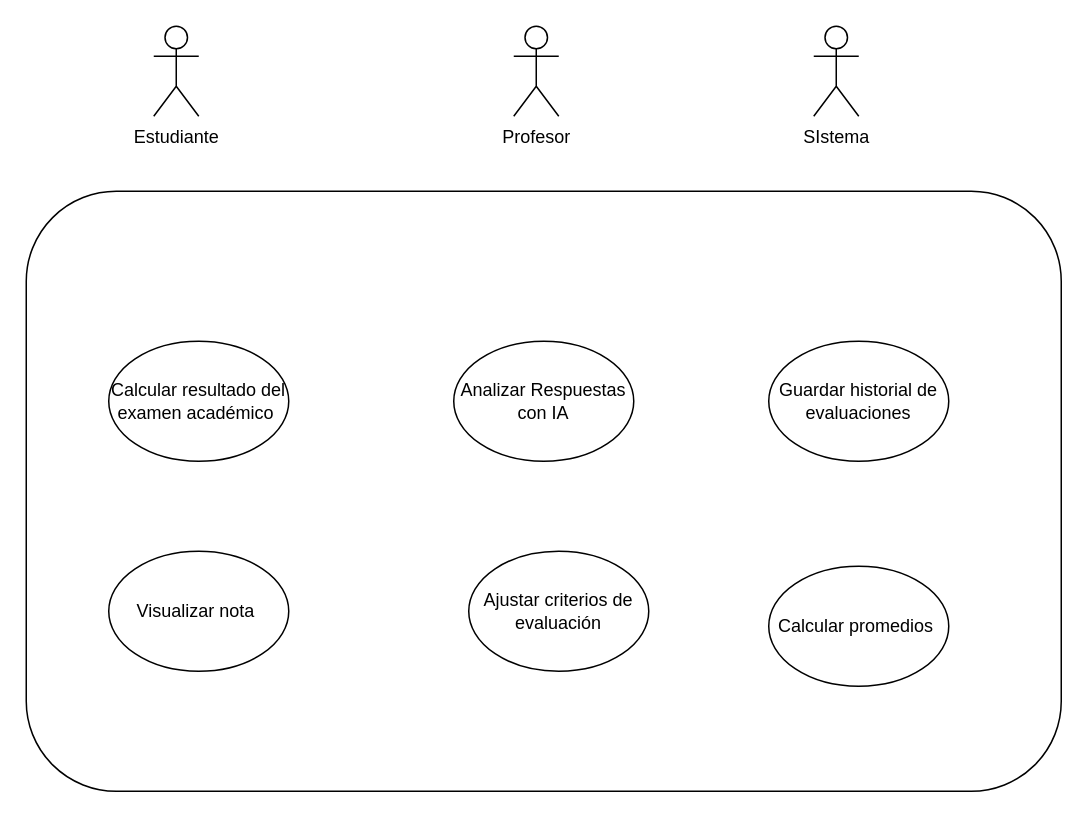
Juanb7737/calificia keeps this draw.io diagram as docs/usecases/Diagrama sin título.drawio. Above is the earlier version. Source tidied: cells renumbered, new cells numbered last; positions are measured from the earlier drawing's top-left corner, leaving out a move shared by most shapes. Both pictures are drawn from the tidied source at 150%, with x=0, y=0 at pixel (26, 26).
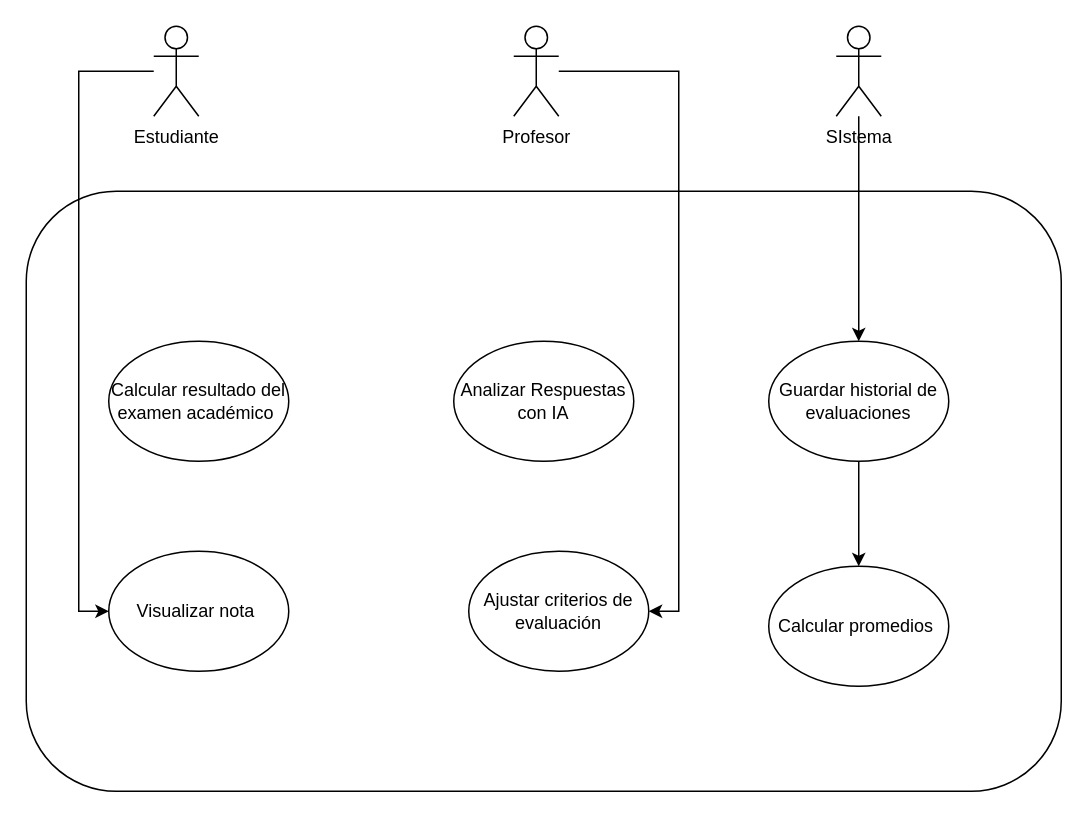
Above is the later version.

Change to the diagram source:
```diff
@@
 <mxGraphModel>
   <root>
     <mxCell id="0" />
     <mxCell id="1" parent="0" />
     <mxCell id="2" style="rounded=1;whiteSpace=wrap;html=1;" parent="1" vertex="1">
       <mxGeometry y="110" width="690" height="400" as="geometry" />
     </mxCell>
     <mxCell id="3" value="Calcular resultado del examen académico&amp;nbsp;" style="ellipse;whiteSpace=wrap;html=1;" parent="1" vertex="1">
       <mxGeometry x="55" y="210" width="120" height="80" as="geometry" />
     </mxCell>
     <mxCell id="4" value="Analizar Respuestas con IA" style="ellipse;whiteSpace=wrap;html=1;" parent="1" vertex="1">
       <mxGeometry x="285" y="210" width="120" height="80" as="geometry" />
     </mxCell>
     <mxCell id="5" value="Guardar historial de evaluaciones" style="ellipse;whiteSpace=wrap;html=1;" parent="1" vertex="1">
       <mxGeometry x="495" y="210" width="120" height="80" as="geometry" />
     </mxCell>
     <mxCell id="6" value="Ajustar criterios de evaluación" style="ellipse;whiteSpace=wrap;html=1;" parent="1" vertex="1">
       <mxGeometry x="295" y="350" width="120" height="80" as="geometry" />
     </mxCell>
     <mxCell id="7" value="Visualizar nota&amp;nbsp;" style="ellipse;whiteSpace=wrap;html=1;" parent="1" vertex="1">
       <mxGeometry x="55" y="350" width="120" height="80" as="geometry" />
     </mxCell>
     <mxCell id="8" value="Calcular promedios&amp;nbsp;" style="ellipse;whiteSpace=wrap;html=1;" parent="1" vertex="1">
       <mxGeometry x="495" y="360" width="120" height="80" as="geometry" />
     </mxCell>
+    <mxCell id="12" style="edgeStyle=orthogonalEdgeStyle;rounded=0;jettySize=auto;html=1;entryX=0;entryY=0.5;entryDx=0;entryDy=0;" parent="1" edge="1" source="9" target="7">
+      <mxGeometry relative="1" as="geometry">
+        <Array as="points">
+          <mxPoint x="35" y="30" />
+          <mxPoint x="35" y="390" />
+        </Array>
+      </mxGeometry>
+    </mxCell>
     <mxCell id="9" value="Estudiante" style="shape=umlActor;verticalLabelPosition=bottom;verticalAlign=top;html=1;outlineConnect=0;" parent="1" vertex="1">
       <mxGeometry x="85" width="30" height="60" as="geometry" />
     </mxCell>
+    <mxCell id="13" style="edgeStyle=orthogonalEdgeStyle;rounded=0;jettySize=auto;html=1;entryX=1;entryY=0.5;entryDx=0;entryDy=0;" parent="1" edge="1" source="10" target="6">
+      <mxGeometry relative="1" as="geometry">
+        <Array as="points">
+          <mxPoint x="435" y="30" />
+          <mxPoint x="435" y="390" />
+        </Array>
+      </mxGeometry>
+    </mxCell>
     <mxCell id="10" value="Profesor" style="shape=umlActor;verticalLabelPosition=bottom;verticalAlign=top;html=1;outlineConnect=0;" parent="1" vertex="1">
       <mxGeometry x="325" width="30" height="60" as="geometry" />
     </mxCell>
     <mxCell id="11" value="SIstema" style="shape=umlActor;verticalLabelPosition=bottom;verticalAlign=top;html=1;outlineConnect=0;" parent="1" vertex="1">
-      <mxGeometry x="525" width="30" height="60" as="geometry" />
+      <mxGeometry x="540" width="30" height="60" as="geometry" />
     </mxCell>
+    <mxCell id="14" style="edgeStyle=orthogonalEdgeStyle;rounded=0;jettySize=auto;html=1;entryX=0.5;entryY=0;entryDx=0;entryDy=0;" parent="1" edge="1" source="11" target="5">
+      <mxGeometry relative="1" as="geometry" />
+    </mxCell>
+    <mxCell id="15" style="edgeStyle=orthogonalEdgeStyle;rounded=0;jettySize=auto;html=1;exitX=0.5;exitY=1;exitDx=0;exitDy=0;" parent="1" edge="1" source="5" target="8">
+      <mxGeometry relative="1" as="geometry" />
+    </mxCell>
   </root>
 </mxGraphModel>
```
